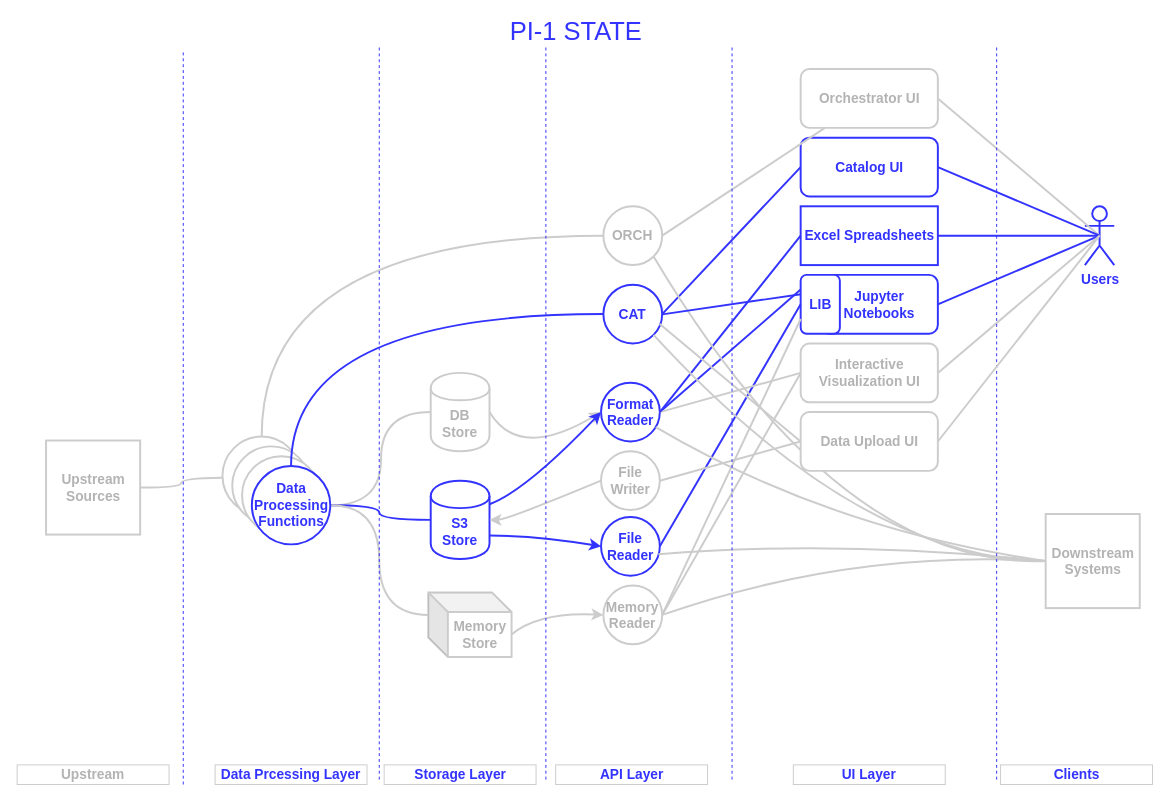
The draw.io diagram light-pi1-state.drawio in victor-kolesnikov/light-design, before the edit. Source tidied: cells renumbered, new cells numbered last; positions are measured from the earlier drawing's top-left corner, leaving out a move shared by most shapes. Both pictures are drawn from the tidied source at 98%, with x=0, y=0 at pixel (17, 22).
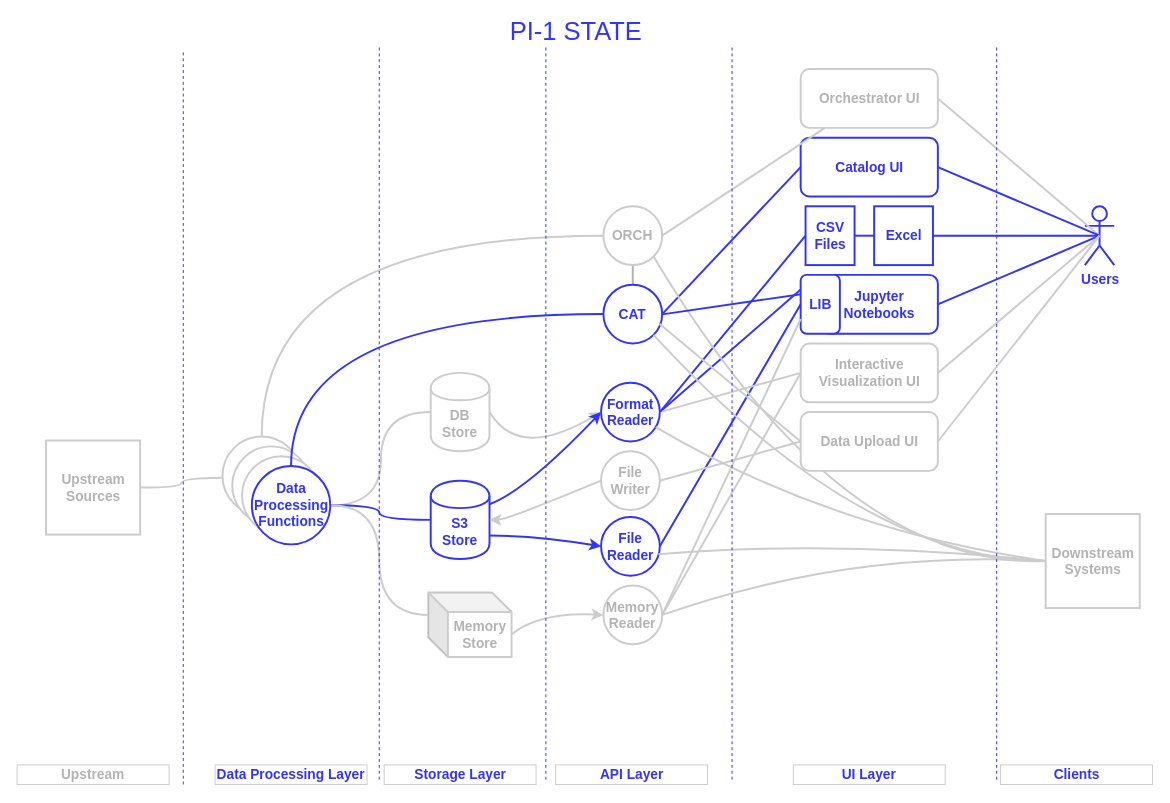
Above is the later version.

The change refers to these unchanged cells:
```xml
<mxCell id="4" value="&lt;div&gt;&lt;font style=&quot;font-size: 14px&quot;&gt;&lt;b&gt;&lt;font style=&quot;font-size: 14px&quot;&gt;Format&lt;br&gt;&lt;/font&gt;&lt;/b&gt;&lt;/font&gt;&lt;/div&gt;&lt;div&gt;&lt;font style=&quot;font-size: 14px&quot;&gt;&lt;b&gt;&lt;font style=&quot;font-size: 14px&quot;&gt;Reader &lt;br&gt;&lt;/font&gt;&lt;/b&gt;&lt;/font&gt;&lt;/div&gt;" style="ellipse;whiteSpace=wrap;html=1;strokeColor=#3333FF;strokeWidth=2;fillColor=#FFFFFF;fontColor=#3333FF;" parent="1" vertex="1">
  <mxGeometry x="595.8" y="368" width="60" height="60" as="geometry" />
</mxCell>
<mxCell id="12" value="&lt;font&gt;&lt;b&gt;&lt;font style=&quot;font-size: 14px&quot;&gt;ORCH&lt;/font&gt;&lt;/b&gt;&lt;/font&gt;" style="ellipse;whiteSpace=wrap;html=1;strokeColor=#CCCCCC;strokeWidth=2;fillColor=#FFFFFF;fontColor=#B3B3B3;" parent="1" vertex="1">
  <mxGeometry x="598.2" y="188" width="60" height="60" as="geometry" />
</mxCell>
<mxCell id="13" value="&lt;div&gt;&lt;font style=&quot;font-size: 14px&quot;&gt;&lt;b&gt;&lt;font style=&quot;font-size: 14px&quot;&gt;CAT&lt;/font&gt;&lt;/b&gt;&lt;/font&gt;&lt;/div&gt;" style="ellipse;whiteSpace=wrap;html=1;strokeColor=#3333FF;strokeWidth=2;fillColor=#FFFFFF;fontColor=#3333FF;" parent="1" vertex="1">
  <mxGeometry x="598.2" y="268" width="60" height="60" as="geometry" />
</mxCell>
<mxCell id="16" value="&lt;font size=&quot;1&quot;&gt;&lt;b style=&quot;font-size: 14px&quot;&gt;Users&lt;/b&gt;&lt;/font&gt;" style="shape=umlActor;verticalLabelPosition=bottom;labelBackgroundColor=#ffffff;verticalAlign=top;html=1;strokeColor=#3333FF;strokeWidth=2;fillColor=#FFFFFF;fontColor=#3333FF;" parent="1" vertex="1">
  <mxGeometry x="1089.5" y="188" width="30" height="60" as="geometry" />
</mxCell>
```

Change to the diagram source:
```diff
@@
+    <mxCell id="70" style="edgeStyle=orthogonalEdgeStyle;rounded=0;jettySize=auto;html=1;exitX=0.5;exitY=1;exitDx=0;exitDy=0;endArrow=none;endFill=0;strokeColor=#B3B3B3;strokeWidth=2;" parent="1" edge="1" source="12" target="13">
+      <mxGeometry relative="1" as="geometry" />
+    </mxCell>
@@
-    <mxCell id="29" value="&lt;font size=&quot;1&quot;&gt;&lt;b style=&quot;font-size: 14px&quot;&gt;Excel Spreadsheets&lt;/b&gt;&lt;/font&gt;" style="rounded=0;whiteSpace=wrap;html=1;strokeColor=#3333FF;strokeWidth=2;fillColor=#FFFFFF;fontColor=#3333FF;" parent="1" vertex="1">
-      <mxGeometry x="799.5" y="188" width="140" height="60" as="geometry" />
-    </mxCell>
-    <mxCell id="30" style="endArrow=none;html=1;strokeColor=#3333FF;strokeWidth=2;exitX=1;exitY=0.5;exitDx=0;exitDy=0;entryX=0;entryY=0.5;entryDx=0;entryDy=0;endFill=0;fontColor=#3333FF;" parent="1" edge="1" source="4" target="29">
+    <mxCell id="30" style="endArrow=none;html=1;strokeColor=#3333FF;strokeWidth=2;exitX=1;exitY=0.5;exitDx=0;exitDy=0;entryX=0;entryY=0.5;entryDx=0;entryDy=0;endFill=0;fontColor=#3333FF;" parent="1" edge="1" source="4" target="73">
       <mxGeometry relative="1" as="geometry" />
     </mxCell>
-    <mxCell id="31" style="endArrow=none;html=1;strokeColor=#3333FF;strokeWidth=2;entryX=1;entryY=0.5;entryDx=0;entryDy=0;exitX=0.5;exitY=0.5;exitDx=0;exitDy=0;exitPerimeter=0;fontColor=#3333FF;" parent="1" edge="1" source="16" target="29">
+    <mxCell id="31" style="endArrow=none;html=1;strokeColor=#3333FF;strokeWidth=2;entryX=1;entryY=0.5;entryDx=0;entryDy=0;exitX=0.5;exitY=0.5;exitDx=0;exitDy=0;exitPerimeter=0;fontColor=#3333FF;" parent="1" edge="1" source="16" target="71">
       <mxGeometry relative="1" as="geometry" />
     </mxCell>
@@
-    <mxCell id="60" value="&lt;b&gt;&lt;font style=&quot;font-size: 14px&quot;&gt;Data Prcessing Layer&lt;/font&gt;&lt;/b&gt;" style="text;html=1;strokeColor=#CCCCCC;fillColor=none;align=center;verticalAlign=middle;whiteSpace=wrap;rounded=0;fontColor=#3333FF;" parent="1" vertex="1">
+    <mxCell id="60" value="&lt;b&gt;&lt;font style=&quot;font-size: 14px&quot;&gt;Data Processing Layer&lt;/font&gt;&lt;/b&gt;" style="text;html=1;strokeColor=#CCCCCC;fillColor=none;align=center;verticalAlign=middle;whiteSpace=wrap;rounded=0;fontColor=#3333FF;" parent="1" vertex="1">
       <mxGeometry x="202" y="758" width="155" height="20" as="geometry" />
     </mxCell>
@@
+    <mxCell id="71" value="&lt;font size=&quot;1&quot; color=&quot;#3333FF&quot;&gt;&lt;b style=&quot;font-size: 14px&quot;&gt;Excel &lt;br&gt;&lt;/b&gt;&lt;/font&gt;" style="rounded=0;whiteSpace=wrap;html=1;strokeColor=#3333FF;strokeWidth=2;fillColor=#FFFFFF;" parent="1" vertex="1">
+      <mxGeometry x="874.5" y="188" width="60" height="60" as="geometry" />
+    </mxCell>
+    <mxCell id="72" style="edgeStyle=orthogonalEdgeStyle;rounded=0;jettySize=auto;html=1;exitX=1;exitY=0.5;exitDx=0;exitDy=0;entryX=0;entryY=0.5;entryDx=0;entryDy=0;strokeColor=#3333FF;endArrow=none;endFill=0;strokeWidth=2;" parent="1" edge="1" source="73" target="71">
+      <mxGeometry relative="1" as="geometry" />
+    </mxCell>
+    <mxCell id="73" value="&lt;div style=&quot;font-size: 14px;&quot;&gt;CSV&lt;/div&gt;&lt;div style=&quot;font-size: 14px;&quot;&gt;Files&lt;br style=&quot;font-size: 14px;&quot;&gt;&lt;/div&gt;" style="rounded=0;whiteSpace=wrap;html=1;strokeColor=#3333FF;strokeWidth=2;fontStyle=1;fontSize=14;fontColor=#3333FF;" parent="1" vertex="1">
+      <mxGeometry x="804.5" y="188" width="50" height="60" as="geometry" />
+    </mxCell>
```
